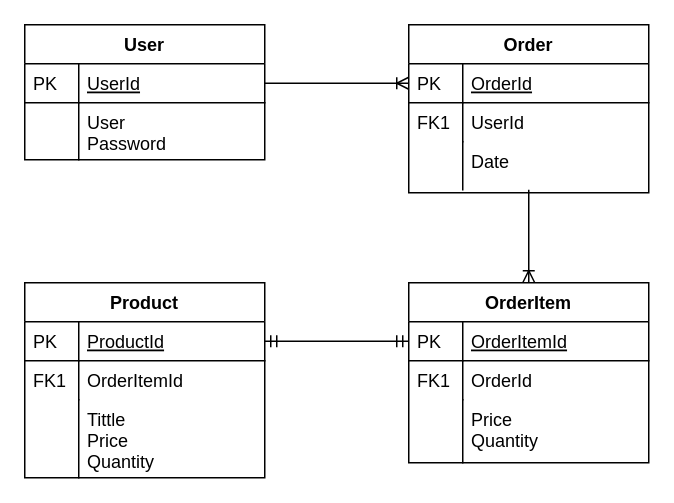
Above: database/icecream.drawio in DevLucasOliveira/icecream-point (draw.io), before the change. Source tidied: cells renumbered, new cells numbered last; positions are measured from the earlier drawing's top-left corner, leaving out a move shared by most shapes. Both pictures are drawn from the tidied source at 150%, with x=0, y=0 at pixel (24, 24).
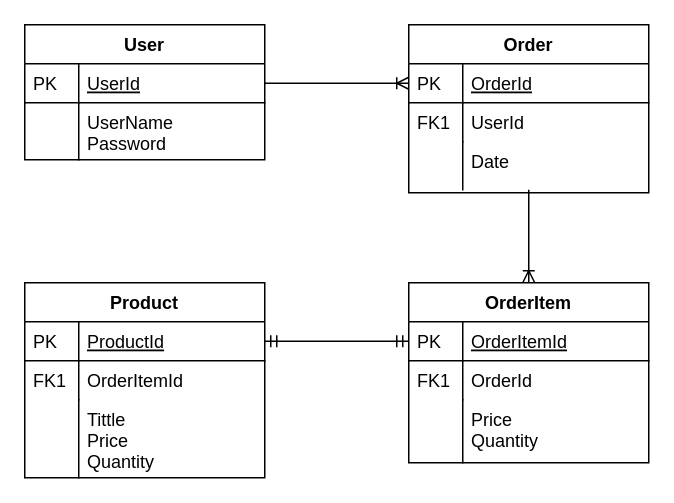
Above is the later version.

The change refers to these unchanged cells:
```xml
<mxCell id="10" value="User" style="swimlane;fontStyle=1;horizontal=1;startSize=26;rounded=0;shadow=0;strokeWidth=1;" parent="1" vertex="1">
  <mxGeometry width="160" height="90" as="geometry" />
</mxCell>
```

The edit, as a diff of the source:
```diff
@@
-    <mxCell id="13" value="User&#10;Password" style="shape=partialRectangle;top=0;left=0;right=0;bottom=0;align=left;verticalAlign=top;fillColor=none;spacingLeft=40;spacingRight=4;overflow=hidden;rounded=0;shadow=0;strokeWidth=1;" parent="10" vertex="1">
+    <mxCell id="13" value="UserName&#10;Password" style="shape=partialRectangle;top=0;left=0;right=0;bottom=0;align=left;verticalAlign=top;fillColor=none;spacingLeft=40;spacingRight=4;overflow=hidden;rounded=0;shadow=0;strokeWidth=1;" parent="10" vertex="1">
       <mxGeometry y="52" width="160" height="38" as="geometry" />
     </mxCell>
```
